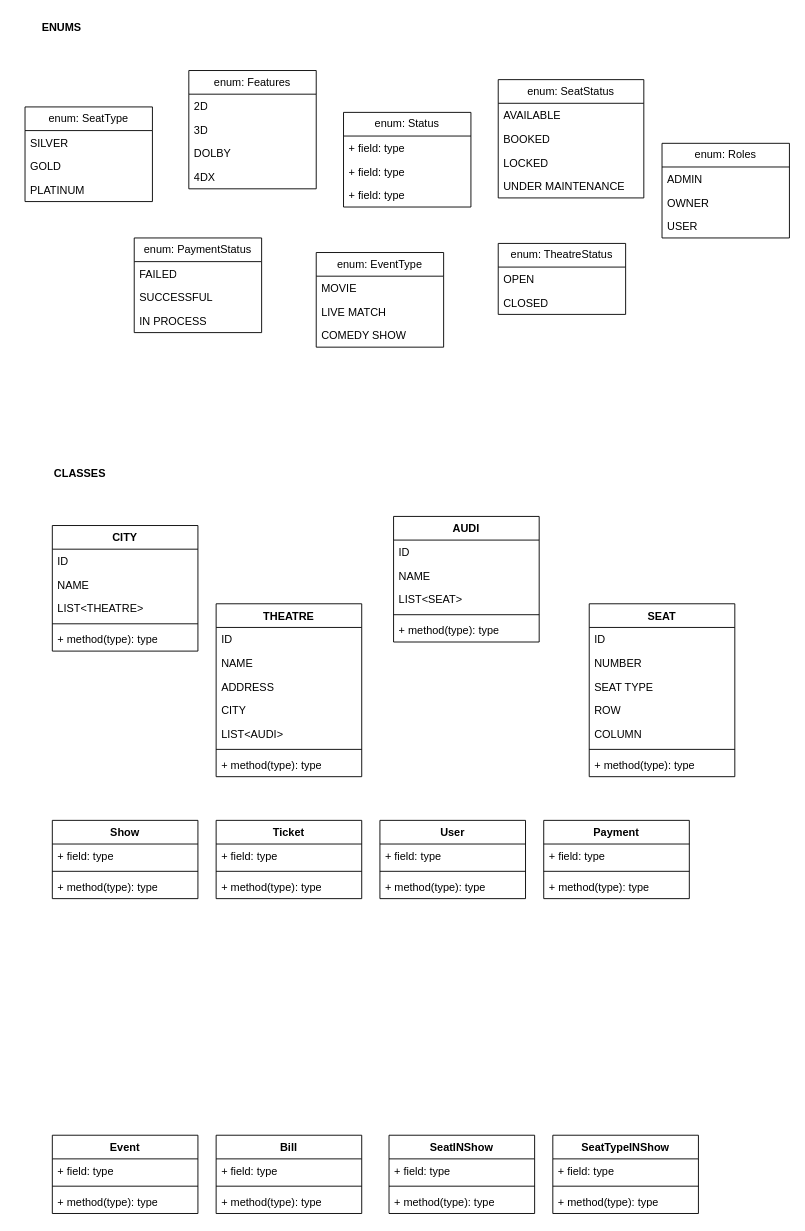
The draw.io diagram BookMySHow.drawio in surajnaik90/Architectures-Designs, before the edit. Source tidied: cells renumbered, new cells numbered last; positions are measured from the earlier drawing's top-left corner, leaving out a move shared by most shapes. Both pictures are drawn from the tidied source at 91%, with x=0, y=0 at pixel (25, 15).
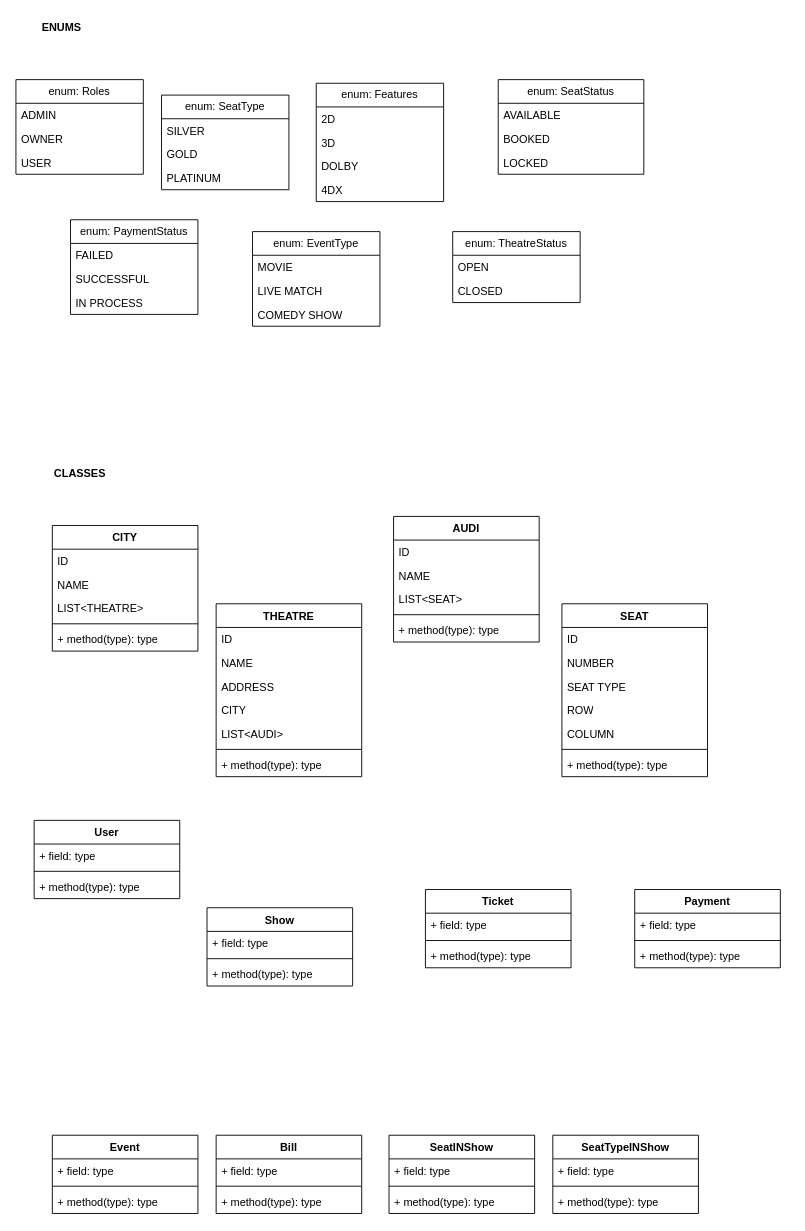
Above is the later version.

What changed in the source:
```diff
@@
     <mxCell id="10" value="enum: SeatType" style="swimlane;fontStyle=0;horizontal=1;startSize=26;fillColor=none;whiteSpace=wrap;html=1;" parent="1" vertex="1">
-      <mxGeometry y="100" width="140" height="104" as="geometry" />
+      <mxGeometry x="150" y="87" width="140" height="104" as="geometry" />
     </mxCell>
@@
     <mxCell id="14" value="enum: Features" style="swimlane;fontStyle=0;horizontal=1;startSize=26;fillColor=none;whiteSpace=wrap;html=1;" parent="1" vertex="1">
-      <mxGeometry x="180" y="60" width="140" height="130" as="geometry" />
+      <mxGeometry x="320" y="74" width="140" height="130" as="geometry" />
     </mxCell>
@@
-    <mxCell id="19" value="enum: Status" style="swimlane;fontStyle=0;horizontal=1;startSize=26;fillColor=none;whiteSpace=wrap;html=1;" parent="1" vertex="1">
-      <mxGeometry x="350" y="106" width="140" height="104" as="geometry" />
-    </mxCell>
-    <mxCell id="20" value="+ field: type" style="text;strokeColor=none;fillColor=none;align=left;verticalAlign=top;spacingLeft=4;spacingRight=4;overflow=hidden;whiteSpace=wrap;html=1;" parent="19" vertex="1">
-      <mxGeometry y="26" width="140" height="26" as="geometry" />
-    </mxCell>
-    <mxCell id="21" value="+ field: type" style="text;strokeColor=none;fillColor=none;align=left;verticalAlign=top;spacingLeft=4;spacingRight=4;overflow=hidden;whiteSpace=wrap;html=1;" parent="19" vertex="1">
-      <mxGeometry y="52" width="140" height="26" as="geometry" />
-    </mxCell>
-    <mxCell id="22" value="+ field: type" style="text;strokeColor=none;fillColor=none;align=left;verticalAlign=top;spacingLeft=4;spacingRight=4;overflow=hidden;whiteSpace=wrap;html=1;" parent="19" vertex="1">
-      <mxGeometry y="78" width="140" height="26" as="geometry" />
-    </mxCell>
     <mxCell id="23" value="enum: SeatStatus" style="swimlane;fontStyle=0;horizontal=1;startSize=26;fillColor=none;whiteSpace=wrap;html=1;" parent="1" vertex="1">
-      <mxGeometry x="520" y="70" width="160" height="130" as="geometry" />
+      <mxGeometry x="520" y="70" width="160" height="104" as="geometry" />
     </mxCell>
@@
-    <mxCell id="27" value="UNDER MAINTENANCE" style="text;strokeColor=none;fillColor=none;align=left;verticalAlign=top;spacingLeft=4;spacingRight=4;overflow=hidden;whiteSpace=wrap;html=1;" parent="23" vertex="1">
-      <mxGeometry y="104" width="160" height="26" as="geometry" />
-    </mxCell>
     <mxCell id="28" value="enum: PaymentStatus" style="swimlane;fontStyle=0;horizontal=1;startSize=26;fillColor=none;whiteSpace=wrap;html=1;" parent="1" vertex="1">
-      <mxGeometry x="120" y="244" width="140" height="104" as="geometry" />
+      <mxGeometry x="50" y="224" width="140" height="104" as="geometry" />
     </mxCell>
@@
     <mxCell id="32" value="enum: EventType" style="swimlane;fontStyle=0;horizontal=1;startSize=26;fillColor=none;whiteSpace=wrap;html=1;" parent="1" vertex="1">
-      <mxGeometry x="320" y="260" width="140" height="104" as="geometry" />
+      <mxGeometry x="250" y="237" width="140" height="104" as="geometry" />
     </mxCell>
@@
     <mxCell id="36" value="enum: TheatreStatus" style="swimlane;fontStyle=0;horizontal=1;startSize=26;fillColor=none;whiteSpace=wrap;html=1;" parent="1" vertex="1">
-      <mxGeometry x="520" y="250" width="140" height="78" as="geometry" />
+      <mxGeometry x="470" y="237" width="140" height="78" as="geometry" />
     </mxCell>
@@
     <mxCell id="51" value="SEAT" style="swimlane;fontStyle=1;align=center;verticalAlign=top;horizontal=1;startSize=26;whiteSpace=wrap;html=1;" parent="1" vertex="1">
-      <mxGeometry x="620" y="646" width="160" height="190" as="geometry" />
+      <mxGeometry x="590" y="646" width="160" height="190" as="geometry" />
     </mxCell>
@@
     <mxCell id="59" value="Show" style="swimlane;fontStyle=1;align=center;verticalAlign=top;horizontal=1;startSize=26;whiteSpace=wrap;html=1;" parent="1" vertex="1">
-      <mxGeometry x="30" y="884" width="160" height="86" as="geometry" />
+      <mxGeometry x="200" y="980" width="160" height="86" as="geometry" />
     </mxCell>
@@
     <mxCell id="63" value="Ticket" style="swimlane;fontStyle=1;align=center;verticalAlign=top;horizontal=1;startSize=26;whiteSpace=wrap;html=1;" parent="1" vertex="1">
-      <mxGeometry x="210" y="884" width="160" height="86" as="geometry" />
+      <mxGeometry x="440" y="960" width="160" height="86" as="geometry" />
     </mxCell>
@@
     <mxCell id="67" value="User" style="swimlane;fontStyle=1;align=center;verticalAlign=top;horizontal=1;startSize=26;whiteSpace=wrap;html=1;" parent="1" vertex="1">
-      <mxGeometry x="390" y="884" width="160" height="86" as="geometry" />
+      <mxGeometry x="10" y="884" width="160" height="86" as="geometry" />
     </mxCell>
@@
     <mxCell id="71" value="Payment" style="swimlane;fontStyle=1;align=center;verticalAlign=top;horizontal=1;startSize=26;whiteSpace=wrap;html=1;" parent="1" vertex="1">
-      <mxGeometry x="570" y="884" width="160" height="86" as="geometry" />
+      <mxGeometry x="670" y="960" width="160" height="86" as="geometry" />
     </mxCell>
@@
     <mxCell id="93" value="enum: Roles" style="swimlane;fontStyle=0;horizontal=1;startSize=26;fillColor=none;whiteSpace=wrap;html=1;" parent="1" vertex="1">
-      <mxGeometry x="700" y="140" width="140" height="104" as="geometry" />
+      <mxGeometry x="-10" y="70" width="140" height="104" as="geometry" />
     </mxCell>
```
